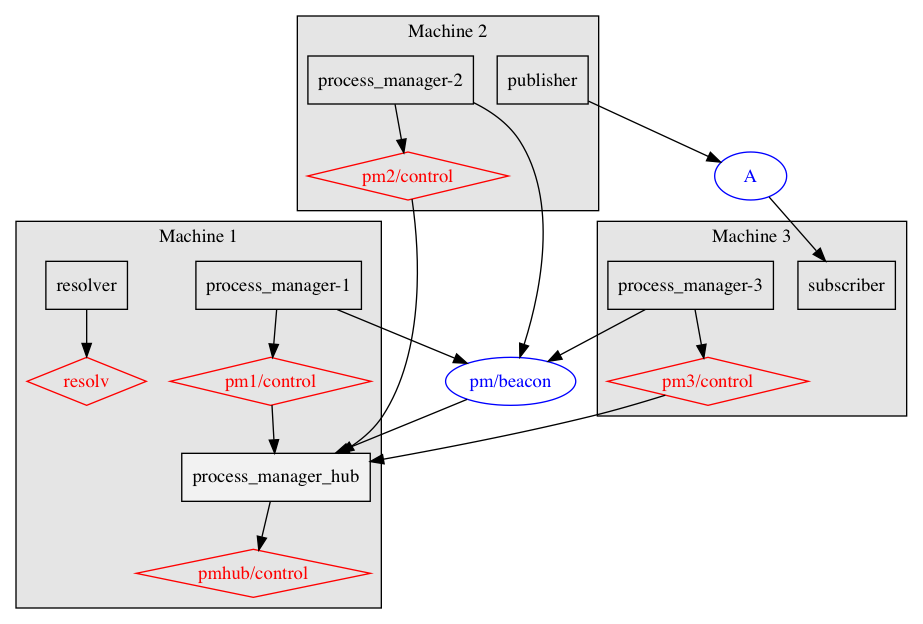
Above: src/docs/process_manager.png in blueworkforce/bluezero (Graphviz), before the change. Its source is kept beside it as src/docs/process_manager.gv.
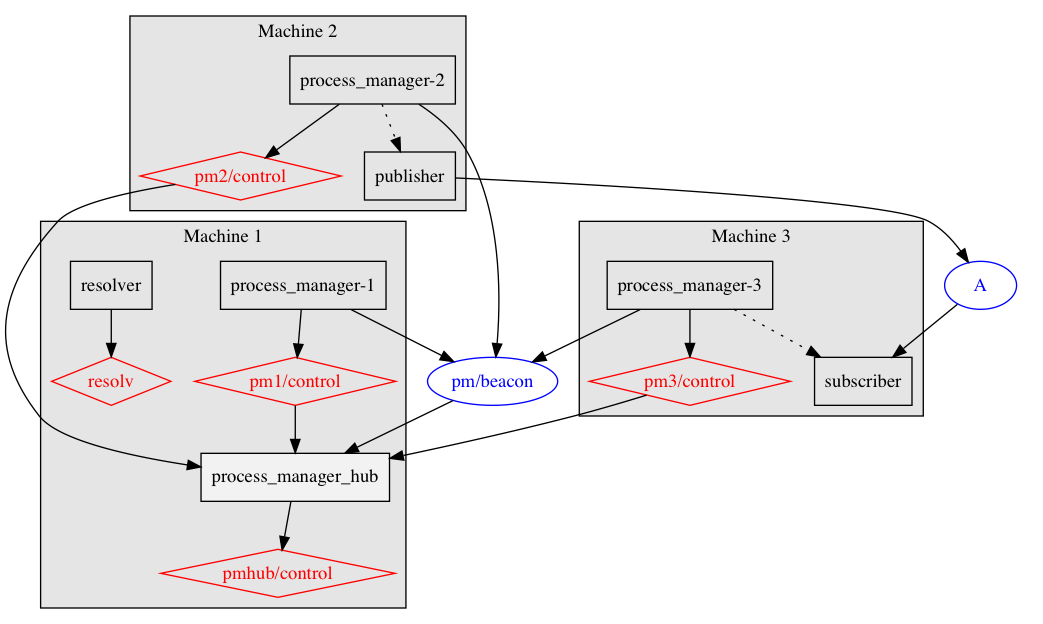
After the change.

Commit message:
add edge between PM and spawned child

Diff of the diagram source:
```diff
@@ -1,5 +1,5 @@
 digraph G {
-    graph [overlap=scale, splines=true, bgcolor="white"];
+    graph [overlap=false, splines=true, bgcolor="white"];
 
     node [shape=diamond, color=red, fontcolor=red];
     S_resolv [label="resolv"];
@@ -64,8 +64,13 @@
         S_pm3_control -> N_process_manager_hub;
     }
 
+    edge [color=black];
     N_process_manager_1 -> T_process_manager_beacon;
     N_process_manager_2 -> T_process_manager_beacon;
     N_process_manager_3 -> T_process_manager_beacon;
     T_A -> N_subscriber;
+
+    edge [color=black,style=dotted];
+    N_process_manager_2 -> N_publisher;
+    N_process_manager_3 -> N_subscriber;
 }
```
